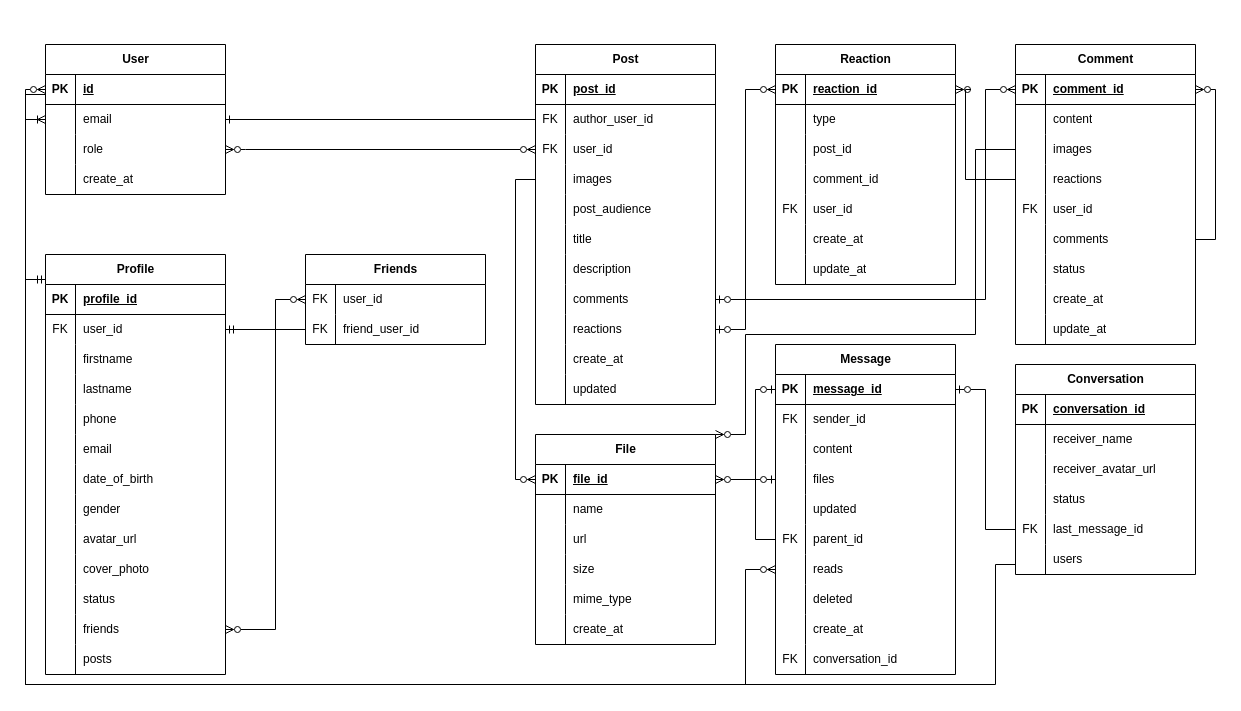
Above: Diagram.drawio in thanhvinh73/Social-Media-Talk-To-ChatGPT (draw.io), before the change. Source tidied: cells renumbered, new cells numbered last; positions are measured from the earlier drawing's top-left corner, leaving out a move shared by most shapes. Both pictures are drawn from the tidied source at 100%, with x=0, y=0 at pixel (25, 44).
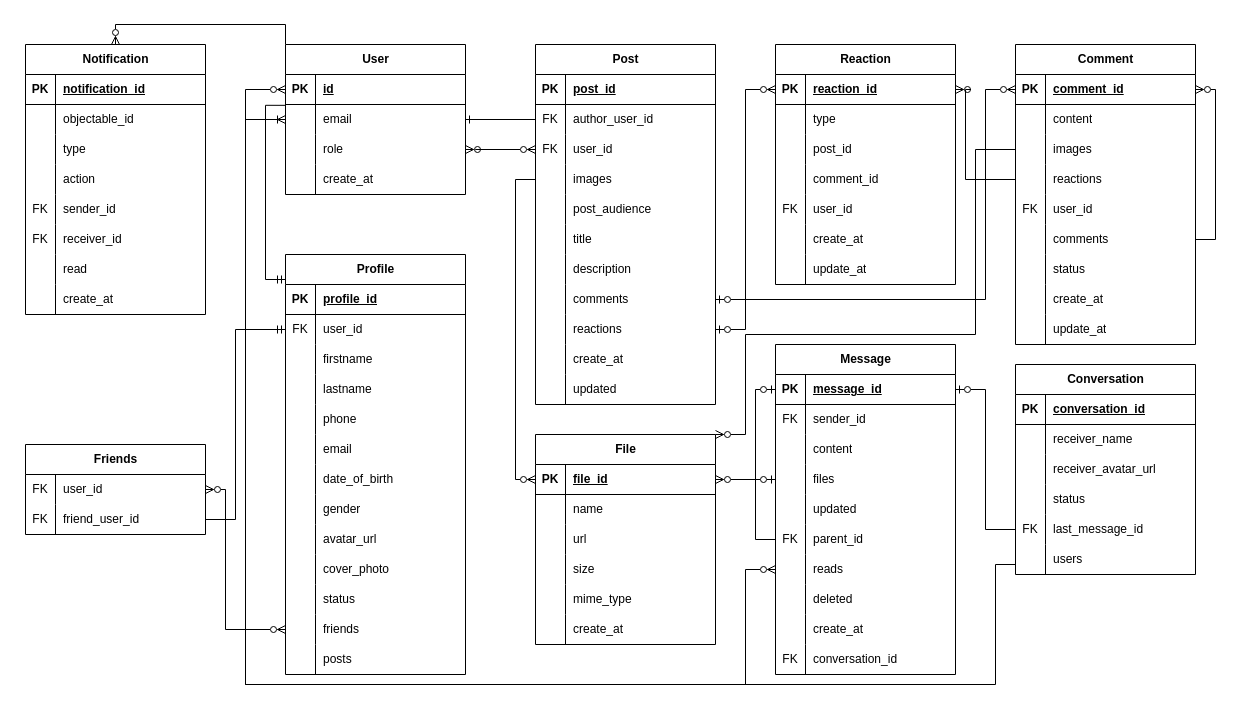
After the change.

Commit message:
Add notification table

Unchanged cells that the change refers to:
```xml
<mxCell id="3" style="shape=tableRow;horizontal=0;startSize=0;swimlaneHead=0;swimlaneBody=0;fillColor=none;points=[[0,0.5],[1,0.5]];portConstraint=eastwest;top=0;left=0;right=0;bottom=1;" parent="2" vertex="1">
  <mxGeometry y="30" width="180" height="30" as="geometry" />
</mxCell>
<mxCell id="6" style="shape=tableRow;horizontal=0;startSize=0;swimlaneHead=0;swimlaneBody=0;fillColor=none;points=[[0,0.5],[1,0.5]];portConstraint=eastwest;top=0;left=0;right=0;bottom=0;" parent="2" vertex="1">
  <mxGeometry y="60" width="180" height="30" as="geometry" />
</mxCell>
<mxCell id="9" style="shape=tableRow;horizontal=0;startSize=0;swimlaneHead=0;swimlaneBody=0;fillColor=none;points=[[0,0.5],[1,0.5]];portConstraint=eastwest;top=0;left=0;right=0;bottom=0;" parent="2" vertex="1">
  <mxGeometry y="90" width="180" height="30" as="geometry" />
</mxCell>
<mxCell id="19" style="shape=tableRow;horizontal=0;startSize=0;swimlaneHead=0;swimlaneBody=0;fillColor=none;points=[[0,0.5],[1,0.5]];portConstraint=eastwest;top=0;left=0;right=0;bottom=0;" parent="15" vertex="1">
  <mxGeometry y="60" width="180" height="30" as="geometry" />
</mxCell>
<mxCell id="49" style="shape=tableRow;horizontal=0;startSize=0;swimlaneHead=0;swimlaneBody=0;fillColor=none;points=[[0,0.5],[1,0.5]];portConstraint=eastwest;top=0;left=0;right=0;bottom=0;" parent="15" vertex="1">
  <mxGeometry y="360" width="180" height="30" as="geometry" />
</mxCell>
<mxCell id="57" style="shape=tableRow;horizontal=0;startSize=0;swimlaneHead=0;swimlaneBody=0;fillColor=none;points=[[0,0.5],[1,0.5]];portConstraint=eastwest;top=0;left=0;right=0;bottom=0;" parent="56" vertex="1">
  <mxGeometry y="30" width="180" height="30" as="geometry" />
</mxCell>
<mxCell id="60" style="shape=tableRow;horizontal=0;startSize=0;swimlaneHead=0;swimlaneBody=0;fillColor=none;points=[[0,0.5],[1,0.5]];portConstraint=eastwest;top=0;left=0;right=0;bottom=0;" parent="56" vertex="1">
  <mxGeometry y="60" width="180" height="30" as="geometry" />
</mxCell>
<mxCell id="83" style="shape=tableRow;horizontal=0;startSize=0;swimlaneHead=0;swimlaneBody=0;fillColor=none;points=[[0,0.5],[1,0.5]];portConstraint=eastwest;top=0;left=0;right=0;bottom=0;" parent="67" vertex="1">
  <mxGeometry y="180" width="180" height="30" as="geometry" />
</mxCell>
<mxCell id="93" style="shape=tableRow;horizontal=0;startSize=0;swimlaneHead=0;swimlaneBody=0;fillColor=none;points=[[0,0.5],[1,0.5]];portConstraint=eastwest;top=0;left=0;right=0;bottom=0;" parent="86" vertex="1">
  <mxGeometry y="90" width="180" height="30" as="geometry" />
</mxCell>
<mxCell id="158" style="shape=tableRow;horizontal=0;startSize=0;swimlaneHead=0;swimlaneBody=0;fillColor=none;points=[[0,0.5],[1,0.5]];portConstraint=eastwest;top=0;left=0;right=0;bottom=0;" parent="139" vertex="1">
  <mxGeometry y="210" width="180" height="30" as="geometry" />
</mxCell>
```

The edit, as a diff of the source:
```diff
@@
+    <mxCell id="231" style="edgeStyle=orthogonalEdgeStyle;rounded=0;jettySize=auto;html=1;exitX=0;exitY=0;exitDx=0;exitDy=0;entryX=0.5;entryY=0;entryDx=0;entryDy=0;endArrow=ERzeroToMany;endFill=0;" parent="1" edge="1" source="2" target="232">
+      <mxGeometry relative="1" as="geometry" />
+    </mxCell>
     <mxCell id="2" value="User" style="shape=table;startSize=30;childLayout=tableLayout;rowLines=0;fontStyle=1;align=center;html=1;" parent="1" vertex="1">
-      <mxGeometry x="20" width="180" height="150" as="geometry" />
+      <mxGeometry x="260" width="180" height="150" as="geometry" />
     </mxCell>
@@
     <mxCell id="15" value="Profile" style="shape=table;startSize=30;childLayout=tableLayout;rowLines=0;fontStyle=1;align=center;html=1;" parent="1" vertex="1">
-      <mxGeometry x="20" y="210" width="180" height="420" as="geometry" />
+      <mxGeometry x="260" y="210" width="180" height="420" as="geometry" />
     </mxCell>
@@
-    <mxCell id="55" style="edgeStyle=orthogonalEdgeStyle;rounded=0;orthogonalLoop=1;jettySize=auto;html=1;endArrow=ERmandOne;endFill=0;" parent="1" edge="1">
+    <mxCell id="55" style="edgeStyle=orthogonalEdgeStyle;rounded=0;jettySize=auto;html=1;endArrow=ERmandOne;endFill=0;exitX=0;exitY=1.028;exitDx=0;exitDy=0;exitPerimeter=0;" parent="1" edge="1" source="3">
       <mxGeometry relative="1" as="geometry">
-        <mxPoint x="20" y="50" as="sourcePoint" />
-        <mxPoint x="20" y="235" as="targetPoint" />
+        <mxPoint x="260" y="235" as="targetPoint" />
         <Array as="points">
-          <mxPoint y="50" />
-          <mxPoint y="235" />
-          <mxPoint x="20" y="235" />
+          <mxPoint x="240" y="61" />
+          <mxPoint x="240" y="235" />
         </Array>
       </mxGeometry>
     </mxCell>
     <mxCell id="56" value="Friends" style="shape=table;startSize=30;childLayout=tableLayout;rowLines=0;fontStyle=1;align=center;html=1;" parent="1" vertex="1">
-      <mxGeometry x="280" y="210" width="180" height="90" as="geometry" />
+      <mxGeometry y="400" width="180" height="90" as="geometry" />
     </mxCell>
@@
-    <mxCell id="63" style="edgeStyle=orthogonalEdgeStyle;rounded=0;jettySize=auto;html=1;entryX=0;entryY=0.5;entryDx=0;entryDy=0;endArrow=ERzeroToMany;endFill=0;startArrow=ERzeroToMany;startFill=0;exitX=1;exitY=0.5;exitDx=0;exitDy=0;" parent="1" edge="1" source="49" target="57">
+    <mxCell id="63" style="edgeStyle=orthogonalEdgeStyle;rounded=0;jettySize=auto;html=1;entryX=1;entryY=0.5;entryDx=0;entryDy=0;endArrow=ERzeroToMany;endFill=0;startArrow=ERzeroToMany;startFill=0;exitX=0;exitY=0.5;exitDx=0;exitDy=0;" parent="1" edge="1" source="49" target="57">
       <mxGeometry relative="1" as="geometry">
         <Array as="points">
-          <mxPoint x="250" y="585" />
-          <mxPoint x="250" y="255" />
+          <mxPoint x="200" y="585" />
+          <mxPoint x="200" y="445" />
         </Array>
       </mxGeometry>
     </mxCell>
@@
-    <mxCell id="66" style="edgeStyle=orthogonalEdgeStyle;rounded=0;jettySize=auto;html=1;exitX=0;exitY=0.5;exitDx=0;exitDy=0;entryX=1;entryY=0.5;entryDx=0;entryDy=0;endArrow=ERmandOne;endFill=0;" parent="1" edge="1" source="60" target="19">
-      <mxGeometry relative="1" as="geometry" />
+    <mxCell id="66" style="edgeStyle=orthogonalEdgeStyle;rounded=0;jettySize=auto;html=1;exitX=1;exitY=0.5;exitDx=0;exitDy=0;entryX=0;entryY=0.5;entryDx=0;entryDy=0;endArrow=ERmandOne;endFill=0;" parent="1" edge="1" source="60" target="19">
+      <mxGeometry relative="1" as="geometry">
+        <Array as="points">
+          <mxPoint x="210" y="475" />
+          <mxPoint x="210" y="285" />
+        </Array>
+      </mxGeometry>
     </mxCell>
@@
     <mxCell id="222" style="edgeStyle=orthogonalEdgeStyle;rounded=0;jettySize=auto;html=1;entryX=0;entryY=0.5;entryDx=0;entryDy=0;startArrow=ERzeroToMany;startFill=0;endArrow=ERzeroToMany;endFill=0;" parent="1" edge="1" source="158" target="3">
       <mxGeometry relative="1" as="geometry">
         <Array as="points">
           <mxPoint x="720" y="525" />
           <mxPoint x="720" y="640" />
-          <mxPoint y="640" />
-          <mxPoint y="45" />
+          <mxPoint x="220" y="640" />
+          <mxPoint x="220" y="45" />
         </Array>
       </mxGeometry>
     </mxCell>
@@
-    <mxCell id="224" style="edgeStyle=orthogonalEdgeStyle;rounded=0;jettySize=auto;html=1;startArrow=ERzeroToMany;startFill=0;endArrow=ERzeroToMany;endFill=0;entryX=1;entryY=0.5;entryDx=0;entryDy=0;" parent="1" edge="1" source="93" target="9">
+    <mxCell id="224" style="edgeStyle=orthogonalEdgeStyle;rounded=0;jettySize=auto;html=1;startArrow=ERzeroToMany;startFill=0;endArrow=ERzeroToMany;endFill=0;" parent="1" edge="1" source="93">
       <mxGeometry relative="1" as="geometry">
+        <mxPoint x="440" y="105" as="targetPoint" />
         <Array as="points">
-          <mxPoint x="220" y="105" />
-          <mxPoint x="220" y="105" />
+          <mxPoint x="450" y="105" />
+          <mxPoint x="450" y="105" />
         </Array>
       </mxGeometry>
     </mxCell>
@@
     <mxCell id="226" style="edgeStyle=orthogonalEdgeStyle;rounded=0;jettySize=auto;html=1;entryX=0;entryY=0.5;entryDx=0;entryDy=0;endArrow=ERoneToMany;endFill=0;exitX=0;exitY=0.5;exitDx=0;exitDy=0;" parent="1" edge="1" source="83" target="6">
       <mxGeometry relative="1" as="geometry">
         <Array as="points">
           <mxPoint x="990" y="520" />
           <mxPoint x="970" y="520" />
           <mxPoint x="970" y="640" />
-          <mxPoint y="640" />
-          <mxPoint y="75" />
+          <mxPoint x="220" y="640" />
+          <mxPoint x="220" y="75" />
         </Array>
       </mxGeometry>
     </mxCell>
@@
+    <mxCell id="232" value="Notification" style="shape=table;startSize=30;childLayout=tableLayout;rowLines=0;fontStyle=1;align=center;html=1;" parent="1" vertex="1">
+      <mxGeometry width="180" height="270" as="geometry" />
+    </mxCell>
+    <mxCell id="233" style="shape=tableRow;horizontal=0;startSize=0;swimlaneHead=0;swimlaneBody=0;fillColor=none;top=0;left=0;right=0;bottom=1;" parent="232" vertex="1">
+      <mxGeometry y="30" width="180" height="30" as="geometry" />
+    </mxCell>
+    <mxCell id="234" value="PK" style="shape=partialRectangle;fillColor=none;top=0;left=0;bottom=0;right=0;fontStyle=1;overflow=hidden;whiteSpace=wrap;html=1;" parent="233" vertex="1">
+      <mxGeometry width="30" height="30" as="geometry" />
+    </mxCell>
+    <mxCell id="235" value="notification_id" style="shape=partialRectangle;fillColor=none;top=0;left=0;bottom=0;right=0;align=left;spacingLeft=6;fontStyle=5;overflow=hidden;whiteSpace=wrap;html=1;" parent="233" vertex="1">
+      <mxGeometry x="30" width="150" height="30" as="geometry" />
+    </mxCell>
+    <mxCell id="236" style="shape=tableRow;horizontal=0;startSize=0;swimlaneHead=0;swimlaneBody=0;fillColor=none;top=0;left=0;right=0;bottom=0;" parent="232" vertex="1">
+      <mxGeometry y="60" width="180" height="30" as="geometry" />
+    </mxCell>
+    <mxCell id="237" style="shape=partialRectangle;fillColor=none;top=0;left=0;bottom=0;right=0;overflow=hidden;whiteSpace=wrap;html=1;" parent="236" vertex="1">
+      <mxGeometry width="30" height="30" as="geometry" />
+    </mxCell>
+    <mxCell id="238" value="objectable_id" style="shape=partialRectangle;fillColor=none;top=0;left=0;bottom=0;right=0;align=left;spacingLeft=6;overflow=hidden;whiteSpace=wrap;html=1;" parent="236" vertex="1">
+      <mxGeometry x="30" width="150" height="30" as="geometry" />
+    </mxCell>
+    <mxCell id="239" style="shape=tableRow;horizontal=0;startSize=0;swimlaneHead=0;swimlaneBody=0;fillColor=none;top=0;left=0;right=0;bottom=0;" parent="232" vertex="1">
+      <mxGeometry y="90" width="180" height="30" as="geometry" />
+    </mxCell>
+    <mxCell id="240" style="shape=partialRectangle;fillColor=none;top=0;left=0;bottom=0;right=0;overflow=hidden;whiteSpace=wrap;html=1;" parent="239" vertex="1">
+      <mxGeometry width="30" height="30" as="geometry" />
+    </mxCell>
+    <mxCell id="241" value="type" style="shape=partialRectangle;fillColor=none;top=0;left=0;bottom=0;right=0;align=left;spacingLeft=6;overflow=hidden;whiteSpace=wrap;html=1;" parent="239" vertex="1">
+      <mxGeometry x="30" width="150" height="30" as="geometry" />
+    </mxCell>
+    <mxCell id="242" style="shape=tableRow;horizontal=0;startSize=0;swimlaneHead=0;swimlaneBody=0;fillColor=none;top=0;left=0;right=0;bottom=0;" parent="232" vertex="1">
+      <mxGeometry y="120" width="180" height="30" as="geometry" />
+    </mxCell>
+    <mxCell id="243" style="shape=partialRectangle;fillColor=none;top=0;left=0;bottom=0;right=0;overflow=hidden;whiteSpace=wrap;html=1;" parent="242" vertex="1">
+      <mxGeometry width="30" height="30" as="geometry" />
+    </mxCell>
+    <mxCell id="244" value="action" style="shape=partialRectangle;fillColor=none;top=0;left=0;bottom=0;right=0;align=left;spacingLeft=6;overflow=hidden;whiteSpace=wrap;html=1;" parent="242" vertex="1">
+      <mxGeometry x="30" width="150" height="30" as="geometry" />
+    </mxCell>
+    <mxCell id="245" style="shape=tableRow;horizontal=0;startSize=0;swimlaneHead=0;swimlaneBody=0;fillColor=none;top=0;left=0;right=0;bottom=0;" parent="232" vertex="1">
+      <mxGeometry y="150" width="180" height="30" as="geometry" />
+    </mxCell>
+    <mxCell id="246" value="FK" style="shape=partialRectangle;fillColor=none;top=0;left=0;bottom=0;right=0;overflow=hidden;whiteSpace=wrap;html=1;" parent="245" vertex="1">
+      <mxGeometry width="30" height="30" as="geometry" />
+    </mxCell>
+    <mxCell id="247" value="sender_id" style="shape=partialRectangle;fillColor=none;top=0;left=0;bottom=0;right=0;align=left;spacingLeft=6;overflow=hidden;whiteSpace=wrap;html=1;" parent="245" vertex="1">
+      <mxGeometry x="30" width="150" height="30" as="geometry" />
+    </mxCell>
+    <mxCell id="248" style="shape=tableRow;horizontal=0;startSize=0;swimlaneHead=0;swimlaneBody=0;fillColor=none;top=0;left=0;right=0;bottom=0;" parent="232" vertex="1">
+      <mxGeometry y="180" width="180" height="30" as="geometry" />
+    </mxCell>
+    <mxCell id="249" value="FK" style="shape=partialRectangle;fillColor=none;top=0;left=0;bottom=0;right=0;overflow=hidden;whiteSpace=wrap;html=1;" parent="248" vertex="1">
+      <mxGeometry width="30" height="30" as="geometry" />
+    </mxCell>
+    <mxCell id="250" value="receiver_id" style="shape=partialRectangle;fillColor=none;top=0;left=0;bottom=0;right=0;align=left;spacingLeft=6;overflow=hidden;whiteSpace=wrap;html=1;" parent="248" vertex="1">
+      <mxGeometry x="30" width="150" height="30" as="geometry" />
+    </mxCell>
+    <mxCell id="251" style="shape=tableRow;horizontal=0;startSize=0;swimlaneHead=0;swimlaneBody=0;fillColor=none;top=0;left=0;right=0;bottom=0;" parent="232" vertex="1">
+      <mxGeometry y="210" width="180" height="30" as="geometry" />
+    </mxCell>
+    <mxCell id="252" style="shape=partialRectangle;fillColor=none;top=0;left=0;bottom=0;right=0;overflow=hidden;whiteSpace=wrap;html=1;" parent="251" vertex="1">
+      <mxGeometry width="30" height="30" as="geometry" />
+    </mxCell>
+    <mxCell id="253" value="read" style="shape=partialRectangle;fillColor=none;top=0;left=0;bottom=0;right=0;align=left;spacingLeft=6;overflow=hidden;whiteSpace=wrap;html=1;" parent="251" vertex="1">
+      <mxGeometry x="30" width="150" height="30" as="geometry" />
+    </mxCell>
+    <mxCell id="254" style="shape=tableRow;horizontal=0;startSize=0;swimlaneHead=0;swimlaneBody=0;fillColor=none;top=0;left=0;right=0;bottom=0;" parent="232" vertex="1">
+      <mxGeometry y="240" width="180" height="30" as="geometry" />
+    </mxCell>
+    <mxCell id="255" style="shape=partialRectangle;fillColor=none;top=0;left=0;bottom=0;right=0;overflow=hidden;whiteSpace=wrap;html=1;" parent="254" vertex="1">
+      <mxGeometry width="30" height="30" as="geometry" />
+    </mxCell>
+    <mxCell id="256" value="create_at" style="shape=partialRectangle;fillColor=none;top=0;left=0;bottom=0;right=0;align=left;spacingLeft=6;overflow=hidden;whiteSpace=wrap;html=1;" parent="254" vertex="1">
+      <mxGeometry x="30" width="150" height="30" as="geometry" />
+    </mxCell>
```
